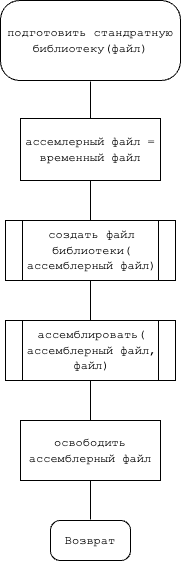
This is cource-papers/trps/рпз/материалы/курсач_трпс-3 Схемы алгоритмов.drawio.png from vzalygin/bmstu-ics6, a draw.io export, as it was before one commit. Source tidied: cells renumbered, new cells last; positions are measured from the earlier drawing's top-left corner, leaving out a move shared by most shapes.
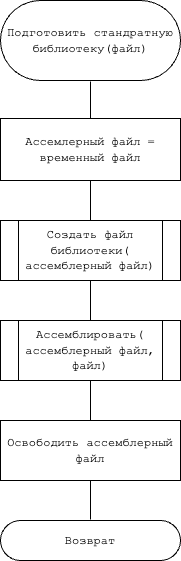
After the commit.

The edit, as a diff of the source:
```diff
@@ -5,35 +5,35 @@
     <mxCell id="2" style="edgeStyle=orthogonalEdgeStyle;rounded=0;jettySize=auto;html=1;entryX=0.5;entryY=0;entryDx=0;entryDy=0;endArrow=none;endFill=0;" parent="1" edge="1" source="3" target="5">
       <mxGeometry relative="1" as="geometry" />
     </mxCell>
-    <mxCell id="3" value="&lt;font face=&quot;Courier New&quot;&gt;подготовить стандратную библиотеку(&lt;/font&gt;&lt;font face=&quot;Courier New&quot;&gt;файл&lt;/font&gt;&lt;font face=&quot;Courier New&quot;&gt;)&lt;/font&gt;" style="rounded=1;whiteSpace=wrap;html=1;glass=0;perimeterSpacing=1;strokeWidth=1;arcSize=24;" parent="1" vertex="1">
+    <mxCell id="3" value="&lt;font face=&quot;Courier New&quot;&gt;Подготовить стандратную библиотеку(&lt;/font&gt;&lt;font face=&quot;Courier New&quot;&gt;файл&lt;/font&gt;&lt;font face=&quot;Courier New&quot;&gt;)&lt;/font&gt;" style="rounded=1;whiteSpace=wrap;html=1;glass=0;perimeterSpacing=1;strokeWidth=1;arcSize=50;" parent="1" vertex="1">
       <mxGeometry width="180" height="80" as="geometry" />
     </mxCell>
     <mxCell id="4" style="edgeStyle=orthogonalEdgeStyle;rounded=0;jettySize=auto;html=1;entryX=0.5;entryY=0;entryDx=0;entryDy=0;endArrow=none;endFill=0;" parent="1" edge="1" source="5" target="7">
       <mxGeometry relative="1" as="geometry" />
     </mxCell>
-    <mxCell id="5" value="&lt;font face=&quot;Courier New&quot;&gt;ассемлерный файл = временный файл&lt;br&gt;&lt;/font&gt;" style="rounded=0;whiteSpace=wrap;html=1;" parent="1" vertex="1">
-      <mxGeometry x="20" y="118" width="140" height="62" as="geometry" />
+    <mxCell id="5" value="&lt;font face=&quot;Courier New&quot;&gt;Ассемлерный файл = временный файл&lt;br&gt;&lt;/font&gt;" style="rounded=0;whiteSpace=wrap;html=1;" parent="1" vertex="1">
+      <mxGeometry y="118" width="180" height="62" as="geometry" />
     </mxCell>
     <mxCell id="6" style="edgeStyle=orthogonalEdgeStyle;rounded=0;jettySize=auto;html=1;entryX=0.5;entryY=0;entryDx=0;entryDy=0;endArrow=none;endFill=0;" parent="1" edge="1" source="7" target="9">
       <mxGeometry relative="1" as="geometry" />
     </mxCell>
-    <mxCell id="7" value="&lt;font face=&quot;Courier New&quot;&gt;создать файл &lt;br&gt;библиотеки(&lt;br&gt;ассемблерный файл)&lt;/font&gt;" style="shape=process;whiteSpace=wrap;html=1;backgroundOutline=1;" parent="1" vertex="1">
-      <mxGeometry x="5" y="220" width="170" height="60" as="geometry" />
+    <mxCell id="7" value="&lt;font face=&quot;Courier New&quot;&gt;Создать файл &lt;br&gt;библиотеки(&lt;br&gt;ассемблерный файл)&lt;/font&gt;" style="shape=process;whiteSpace=wrap;html=1;backgroundOutline=1;" parent="1" vertex="1">
+      <mxGeometry y="220" width="180" height="60" as="geometry" />
     </mxCell>
     <mxCell id="8" style="edgeStyle=orthogonalEdgeStyle;rounded=0;jettySize=auto;html=1;entryX=0.5;entryY=0;entryDx=0;entryDy=0;endArrow=none;endFill=0;" parent="1" edge="1" source="9" target="11">
       <mxGeometry relative="1" as="geometry" />
     </mxCell>
-    <mxCell id="9" value="&lt;font face=&quot;Courier New&quot;&gt;ассемблировать(&lt;br&gt;&lt;/font&gt;&lt;font face=&quot;Courier New&quot;&gt;ассемблерный файл&lt;/font&gt;&lt;font face=&quot;Courier New&quot;&gt;&lt;/font&gt;&lt;font face=&quot;Courier New&quot;&gt;,&lt;br&gt;&lt;/font&gt;&lt;font face=&quot;Courier New&quot;&gt;&lt;/font&gt;&lt;font face=&quot;Courier New&quot;&gt;файл&lt;/font&gt;&lt;font face=&quot;Courier New&quot;&gt;&lt;/font&gt;&lt;font face=&quot;Courier New&quot;&gt;)&lt;/font&gt;" style="shape=process;whiteSpace=wrap;html=1;backgroundOutline=1;" parent="1" vertex="1">
-      <mxGeometry x="5" y="320" width="170" height="60" as="geometry" />
+    <mxCell id="9" value="&lt;font face=&quot;Courier New&quot;&gt;Ассемблировать(&lt;br&gt;&lt;/font&gt;&lt;font face=&quot;Courier New&quot;&gt;ассемблерный файл&lt;/font&gt;&lt;font face=&quot;Courier New&quot;&gt;&lt;/font&gt;&lt;font face=&quot;Courier New&quot;&gt;,&lt;br&gt;&lt;/font&gt;&lt;font face=&quot;Courier New&quot;&gt;&lt;/font&gt;&lt;font face=&quot;Courier New&quot;&gt;файл&lt;/font&gt;&lt;font face=&quot;Courier New&quot;&gt;&lt;/font&gt;&lt;font face=&quot;Courier New&quot;&gt;)&lt;/font&gt;" style="shape=process;whiteSpace=wrap;html=1;backgroundOutline=1;" parent="1" vertex="1">
+      <mxGeometry y="320" width="180" height="60" as="geometry" />
     </mxCell>
     <mxCell id="10" style="edgeStyle=orthogonalEdgeStyle;rounded=0;jettySize=auto;html=1;entryX=0.5;entryY=0;entryDx=0;entryDy=0;endArrow=none;endFill=0;" parent="1" edge="1" source="11" target="12">
       <mxGeometry relative="1" as="geometry" />
     </mxCell>
-    <mxCell id="11" value="&lt;font face=&quot;Courier New&quot;&gt;освободить ассемблерный файл&lt;br&gt;&lt;/font&gt;" style="rounded=0;whiteSpace=wrap;html=1;" parent="1" vertex="1">
-      <mxGeometry x="20" y="420" width="140" height="60" as="geometry" />
+    <mxCell id="11" value="&lt;font face=&quot;Courier New&quot;&gt;Освободить ассемблерный файл&lt;br&gt;&lt;/font&gt;" style="rounded=0;whiteSpace=wrap;html=1;" parent="1" vertex="1">
+      <mxGeometry y="420" width="180" height="60" as="geometry" />
     </mxCell>
-    <mxCell id="12" value="&lt;font face=&quot;Courier New&quot;&gt;Возврат&lt;/font&gt;" style="rounded=1;whiteSpace=wrap;html=1;glass=0;perimeterSpacing=1;strokeWidth=1;arcSize=24;" parent="1" vertex="1">
-      <mxGeometry x="50" y="520" width="80" height="40" as="geometry" />
+    <mxCell id="12" value="&lt;font face=&quot;Courier New&quot;&gt;Возврат&lt;/font&gt;" style="rounded=1;whiteSpace=wrap;html=1;glass=0;perimeterSpacing=1;strokeWidth=1;arcSize=50;" parent="1" vertex="1">
+      <mxGeometry y="520" width="180" height="40" as="geometry" />
     </mxCell>
   </root>
 </mxGraphModel>
```
